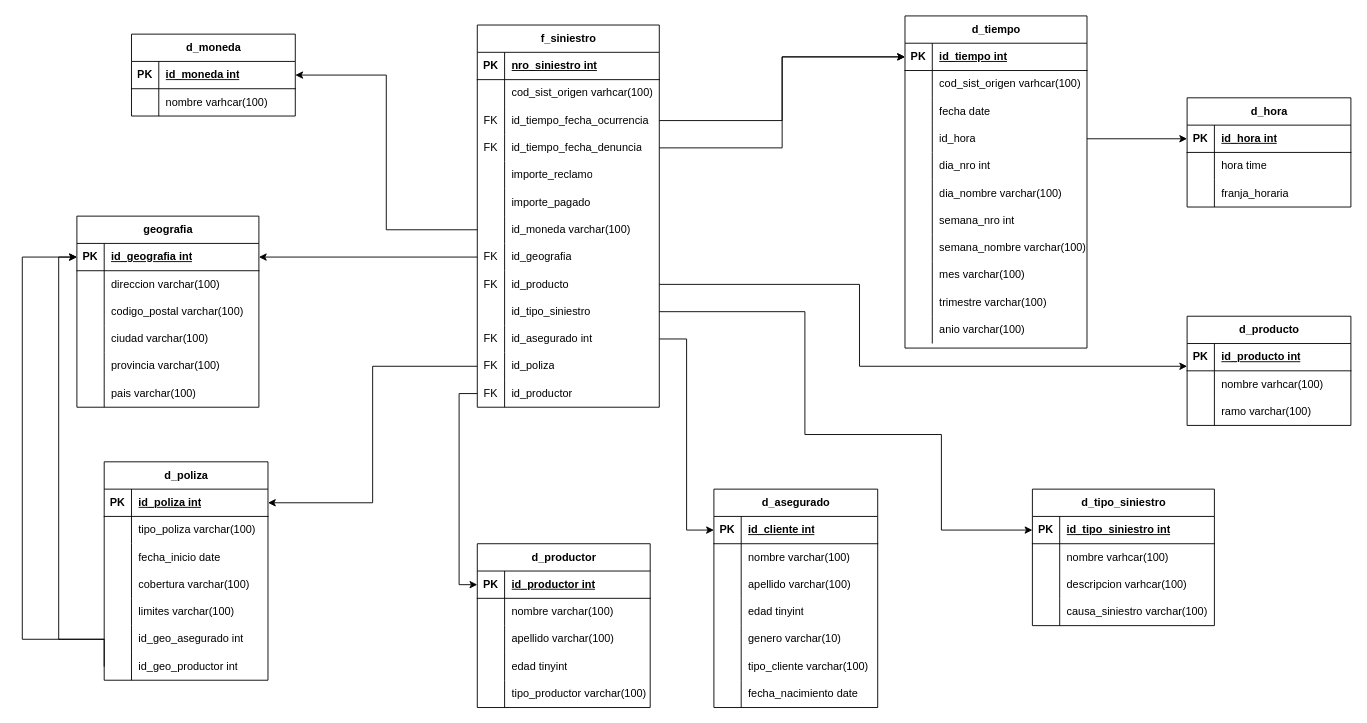
Earlier version of the draw.io diagram Practica/Ejercicio_4/Ejercicio_4.drawio (Ftedp/BBDD2-TUIA). Source tidied: cells renumbered, new cells numbered last; positions are measured from the earlier drawing's top-left corner, leaving out a move shared by most shapes. Both pictures are drawn from the tidied source at 91%, with x=0, y=0 at pixel (22, 15).
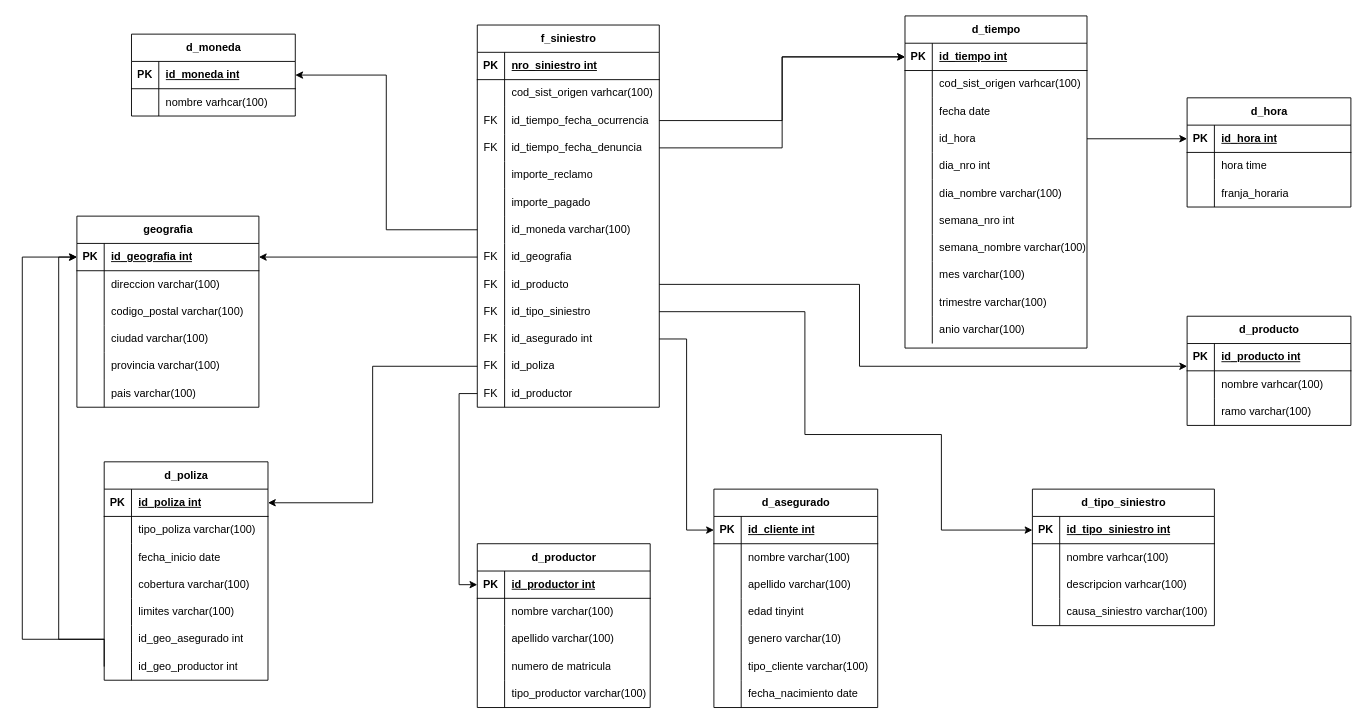
The same page after the edit.

The change refers to these unchanged cells:
```xml
<mxCell id="30" style="shape=tableRow;horizontal=0;startSize=0;swimlaneHead=0;swimlaneBody=0;fillColor=none;points=[[0,0.5],[1,0.5]];portConstraint=eastwest;top=0;left=0;right=0;bottom=0;" parent="2" vertex="1">
  <mxGeometry y="300" width="200" height="30" as="geometry" />
</mxCell>
<mxCell id="163" style="shape=tableRow;horizontal=0;startSize=0;swimlaneHead=0;swimlaneBody=0;fillColor=none;top=0;left=0;right=0;bottom=0;" parent="153" vertex="1">
  <mxGeometry y="120" width="190" height="30" as="geometry" />
</mxCell>
```

Change to the diagram source:
```diff
@@
-    <mxCell id="31" style="shape=partialRectangle;fillColor=none;top=0;left=0;bottom=0;right=0;overflow=hidden;whiteSpace=wrap;html=1;" parent="30" vertex="1">
+    <mxCell id="31" value="FK" style="shape=partialRectangle;fillColor=none;top=0;left=0;bottom=0;right=0;overflow=hidden;whiteSpace=wrap;html=1;" parent="30" vertex="1">
       <mxGeometry width="30" height="30" as="geometry" />
     </mxCell>
@@
-    <mxCell id="165" value="edad tinyint" style="shape=partialRectangle;fillColor=none;top=0;left=0;bottom=0;right=0;align=left;spacingLeft=6;overflow=hidden;whiteSpace=wrap;html=1;" parent="163" vertex="1">
-      <mxGeometry x="30" width="160" height="30" as="geometry" />
-    </mxCell>
+    <mxCell id="207" value="numero de matricula" style="shape=partialRectangle;fillColor=none;top=0;left=0;bottom=0;right=0;align=left;spacingLeft=6;overflow=hidden;whiteSpace=wrap;html=1;" parent="163" vertex="1">
+      <mxGeometry x="30" width="160" height="30" as="geometry" />
+    </mxCell>
```
